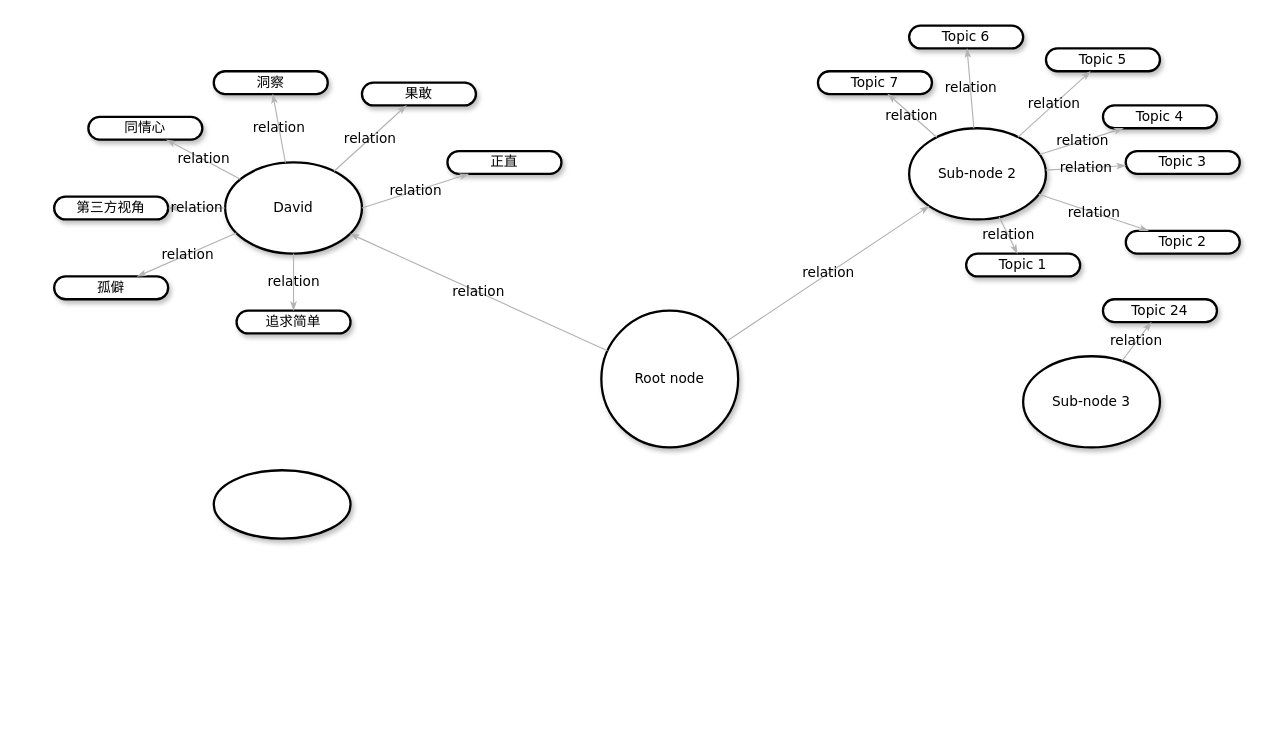
The draw.io diagram conception.drawio in luhaofang/luhaofang.github.io, before the edit. Source tidied: cells renumbered, new cells numbered last; positions are measured from the earlier drawing's top-left corner, leaving out a move shared by most shapes. Both pictures are drawn from the tidied source at 114%, with x=0, y=0 at pixel (54, 25).
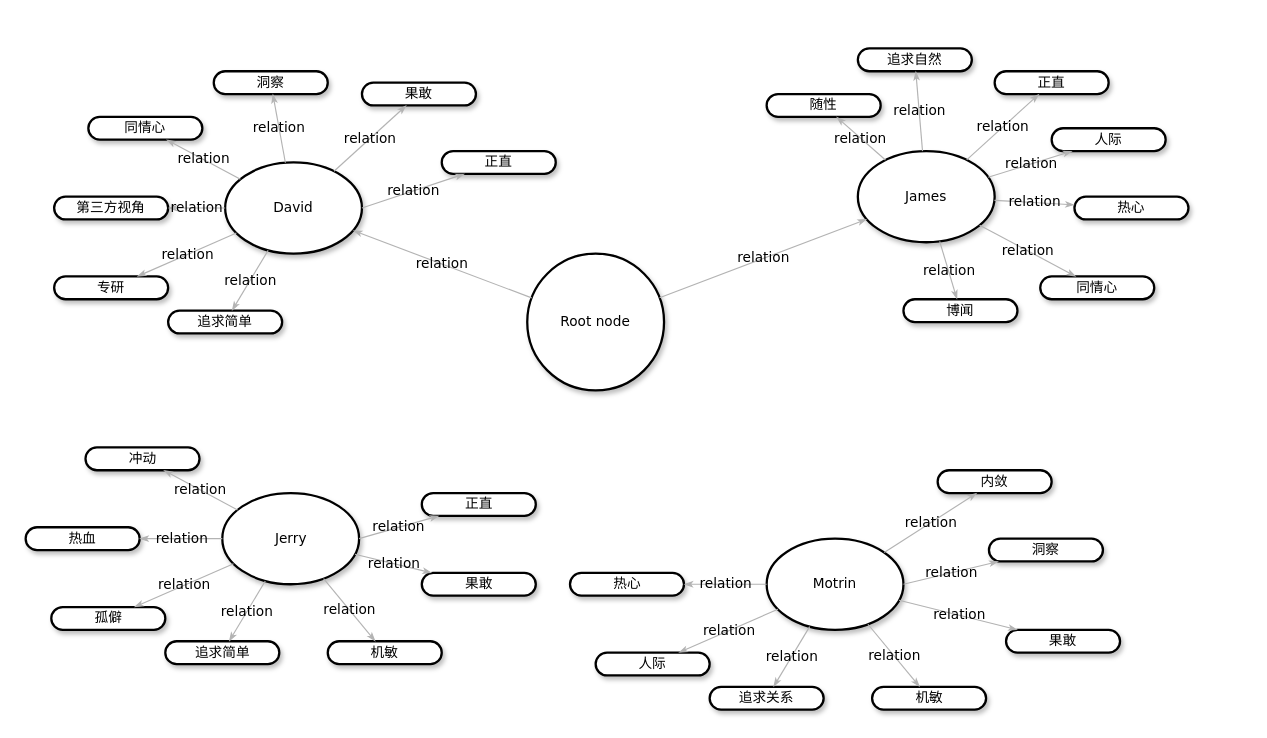
Above is the later version.

Diff of the diagram source:
```diff
@@
-    <mxCell id="4" value="&lt;span&gt;Sub-node 2&lt;/span&gt;" style="ellipse;whiteSpace=wrap;html=1;rounded=1;shadow=1;comic=0;labelBackgroundColor=none;strokeWidth=2;fontFamily=Verdana;fontSize=12;align=center;" parent="1" vertex="1">
-      <mxGeometry x="750" y="90" width="120" height="80" as="geometry" />
+    <mxCell id="4" value="&lt;span&gt;James&lt;/span&gt;" style="ellipse;whiteSpace=wrap;html=1;rounded=1;shadow=1;comic=0;labelBackgroundColor=none;strokeWidth=2;fontFamily=Verdana;fontSize=12;align=center;" parent="1" vertex="1">
+      <mxGeometry x="705" y="110" width="120" height="80" as="geometry" />
     </mxCell>
     <mxCell id="5" value="Root node" style="ellipse;whiteSpace=wrap;html=1;rounded=1;shadow=1;comic=0;labelBackgroundColor=none;strokeWidth=2;fontFamily=Verdana;fontSize=12;align=center;" parent="1" vertex="1">
-      <mxGeometry x="480" y="250" width="120" height="120" as="geometry" />
+      <mxGeometry x="415" y="200" width="120" height="120" as="geometry" />
     </mxCell>
@@
-    <mxCell id="7" value="孤僻" style="whiteSpace=wrap;html=1;rounded=1;shadow=1;comic=0;labelBackgroundColor=none;strokeWidth=2;fontFamily=Verdana;fontSize=12;align=center;arcSize=50;" parent="1" vertex="1">
+    <mxCell id="7" value="专研" style="whiteSpace=wrap;html=1;rounded=1;shadow=1;comic=0;labelBackgroundColor=none;strokeWidth=2;fontFamily=Verdana;fontSize=12;align=center;arcSize=50;" parent="1" vertex="1">
       <mxGeometry y="220" width="100" height="20" as="geometry" />
     </mxCell>
@@
-    <mxCell id="9" value="&lt;span&gt;Topic 7&lt;/span&gt;" style="whiteSpace=wrap;html=1;rounded=1;shadow=1;comic=0;labelBackgroundColor=none;strokeWidth=2;fontFamily=Verdana;fontSize=12;align=center;arcSize=50;" parent="1" vertex="1">
-      <mxGeometry x="670" y="40" width="100" height="20" as="geometry" />
+    <mxCell id="9" value="&lt;span&gt;随性&lt;/span&gt;" style="whiteSpace=wrap;html=1;rounded=1;shadow=1;comic=0;labelBackgroundColor=none;strokeWidth=2;fontFamily=Verdana;fontSize=12;align=center;arcSize=50;" parent="1" vertex="1">
+      <mxGeometry x="625" y="60" width="100" height="20" as="geometry" />
     </mxCell>
-    <mxCell id="10" value="&lt;span&gt;Topic 6&lt;/span&gt;" style="whiteSpace=wrap;html=1;rounded=1;shadow=1;comic=0;labelBackgroundColor=none;strokeWidth=2;fontFamily=Verdana;fontSize=12;align=center;arcSize=50;" parent="1" vertex="1">
-      <mxGeometry x="750" width="100" height="20" as="geometry" />
+    <mxCell id="10" value="追求自然" style="whiteSpace=wrap;html=1;rounded=1;shadow=1;comic=0;labelBackgroundColor=none;strokeWidth=2;fontFamily=Verdana;fontSize=12;align=center;arcSize=50;" parent="1" vertex="1">
+      <mxGeometry x="705" y="20" width="100" height="20" as="geometry" />
     </mxCell>
-    <mxCell id="11" value="&lt;span&gt;Topic 5&lt;/span&gt;" style="whiteSpace=wrap;html=1;rounded=1;shadow=1;comic=0;labelBackgroundColor=none;strokeWidth=2;fontFamily=Verdana;fontSize=12;align=center;arcSize=50;" parent="1" vertex="1">
-      <mxGeometry x="870" y="20" width="100" height="20" as="geometry" />
+    <mxCell id="11" value="正直" style="whiteSpace=wrap;html=1;rounded=1;shadow=1;comic=0;labelBackgroundColor=none;strokeWidth=2;fontFamily=Verdana;fontSize=12;align=center;arcSize=50;" parent="1" vertex="1">
+      <mxGeometry x="825" y="40" width="100" height="20" as="geometry" />
     </mxCell>
-    <mxCell id="12" value="&lt;span&gt;Topic 4&lt;/span&gt;" style="whiteSpace=wrap;html=1;rounded=1;shadow=1;comic=0;labelBackgroundColor=none;strokeWidth=2;fontFamily=Verdana;fontSize=12;align=center;arcSize=50;" parent="1" vertex="1">
-      <mxGeometry x="920" y="70" width="100" height="20" as="geometry" />
+    <mxCell id="12" value="&lt;span&gt;人际&lt;/span&gt;" style="whiteSpace=wrap;html=1;rounded=1;shadow=1;comic=0;labelBackgroundColor=none;strokeWidth=2;fontFamily=Verdana;fontSize=12;align=center;arcSize=50;" parent="1" vertex="1">
+      <mxGeometry x="875" y="90" width="100" height="20" as="geometry" />
     </mxCell>
-    <mxCell id="13" value="&lt;span&gt;Topic 3&lt;/span&gt;" style="whiteSpace=wrap;html=1;rounded=1;shadow=1;comic=0;labelBackgroundColor=none;strokeWidth=2;fontFamily=Verdana;fontSize=12;align=center;arcSize=50;" parent="1" vertex="1">
-      <mxGeometry x="940" y="110" width="100" height="20" as="geometry" />
+    <mxCell id="13" value="热心" style="whiteSpace=wrap;html=1;rounded=1;shadow=1;comic=0;labelBackgroundColor=none;strokeWidth=2;fontFamily=Verdana;fontSize=12;align=center;arcSize=50;" parent="1" vertex="1">
+      <mxGeometry x="895" y="150" width="100" height="20" as="geometry" />
     </mxCell>
-    <mxCell id="14" value="&lt;span&gt;Topic 2&lt;/span&gt;" style="whiteSpace=wrap;html=1;rounded=1;shadow=1;comic=0;labelBackgroundColor=none;strokeWidth=2;fontFamily=Verdana;fontSize=12;align=center;arcSize=50;" parent="1" vertex="1">
-      <mxGeometry x="940" y="180" width="100" height="20" as="geometry" />
+    <mxCell id="14" value="&lt;span&gt;同情心&lt;/span&gt;" style="whiteSpace=wrap;html=1;rounded=1;shadow=1;comic=0;labelBackgroundColor=none;strokeWidth=2;fontFamily=Verdana;fontSize=12;align=center;arcSize=50;" parent="1" vertex="1">
+      <mxGeometry x="865" y="220" width="100" height="20" as="geometry" />
     </mxCell>
-    <mxCell id="15" value="Topic 1" style="whiteSpace=wrap;html=1;rounded=1;shadow=1;comic=0;labelBackgroundColor=none;strokeWidth=2;fontFamily=Verdana;fontSize=12;align=center;arcSize=50;" parent="1" vertex="1">
-      <mxGeometry x="800" y="200" width="100" height="20" as="geometry" />
+    <mxCell id="15" value="博闻" style="whiteSpace=wrap;html=1;rounded=1;shadow=1;comic=0;labelBackgroundColor=none;strokeWidth=2;fontFamily=Verdana;fontSize=12;align=center;arcSize=50;" parent="1" vertex="1">
+      <mxGeometry x="745" y="240" width="100" height="20" as="geometry" />
     </mxCell>
@@
-    <mxCell id="29" value="&lt;span&gt;Sub-node 3&lt;/span&gt;" style="ellipse;whiteSpace=wrap;html=1;rounded=1;shadow=1;comic=0;labelBackgroundColor=none;strokeWidth=2;fontFamily=Verdana;fontSize=12;align=center;" parent="1" vertex="1">
-      <mxGeometry x="850" y="290" width="120" height="80" as="geometry" />
-    </mxCell>
-    <mxCell id="30" value="&lt;span&gt;Topic 24&lt;/span&gt;" style="whiteSpace=wrap;html=1;rounded=1;shadow=1;comic=0;labelBackgroundColor=none;strokeWidth=2;fontFamily=Verdana;fontSize=12;align=center;arcSize=50;" parent="1" vertex="1">
-      <mxGeometry x="920" y="240" width="100" height="20" as="geometry" />
-    </mxCell>
@@
     <mxCell id="32" value="追求简单" style="whiteSpace=wrap;html=1;rounded=1;shadow=1;comic=0;labelBackgroundColor=none;strokeWidth=2;fontFamily=Verdana;fontSize=12;align=center;arcSize=50;" parent="1" vertex="1">
-      <mxGeometry x="160" y="250" width="100" height="20" as="geometry" />
+      <mxGeometry x="100" y="250" width="100" height="20" as="geometry" />
     </mxCell>
@@
-    <mxCell id="35" value="relation" style="edgeStyle=none;rounded=1;html=1;labelBackgroundColor=none;startArrow=none;startFill=0;startSize=5;endArrow=classicThin;endFill=1;endSize=5;jettySize=auto;strokeColor=#B3B3B3;strokeWidth=1;fontFamily=Verdana;fontSize=12;" parent="1" edge="1" source="29" target="30">
-      <mxGeometry relative="1" as="geometry" />
-    </mxCell>
-    <mxCell id="36" style="ellipse;whiteSpace=wrap;html=1;fontFamily=Verdana;rounded=1;shadow=1;comic=0;labelBackgroundColor=none;strokeWidth=2;" parent="1" vertex="1">
-      <mxGeometry x="140" y="390" width="120" height="60" as="geometry" />
-    </mxCell>
     <mxCell id="37" value="正直" style="whiteSpace=wrap;html=1;rounded=1;shadow=1;comic=0;labelBackgroundColor=none;strokeWidth=2;fontFamily=Verdana;fontSize=12;align=center;arcSize=50;" parent="1" vertex="1">
-      <mxGeometry x="345" y="110" width="100" height="20" as="geometry" />
+      <mxGeometry x="340" y="110" width="100" height="20" as="geometry" />
     </mxCell>
@@
+    <mxCell id="39" value="冲动" style="whiteSpace=wrap;html=1;rounded=1;shadow=1;comic=0;labelBackgroundColor=none;strokeWidth=2;fontFamily=Verdana;fontSize=12;align=center;arcSize=50;" parent="1" vertex="1">
+      <mxGeometry x="27.5" y="370" width="100" height="20" as="geometry" />
+    </mxCell>
+    <mxCell id="40" value="Jerry" style="ellipse;whiteSpace=wrap;html=1;rounded=1;shadow=1;comic=0;labelBackgroundColor=none;strokeWidth=2;fontFamily=Verdana;fontSize=12;align=center;" parent="1" vertex="1">
+      <mxGeometry x="147.5" y="410" width="120" height="80" as="geometry" />
+    </mxCell>
+    <mxCell id="41" value="热血" style="whiteSpace=wrap;html=1;rounded=1;shadow=1;comic=0;labelBackgroundColor=none;strokeWidth=2;fontFamily=Verdana;fontSize=12;align=center;arcSize=50;" parent="1" vertex="1">
+      <mxGeometry x="-25" y="440" width="100" height="20" as="geometry" />
+    </mxCell>
+    <mxCell id="42" value="孤僻" style="whiteSpace=wrap;html=1;rounded=1;shadow=1;comic=0;labelBackgroundColor=none;strokeWidth=2;fontFamily=Verdana;fontSize=12;align=center;arcSize=50;" parent="1" vertex="1">
+      <mxGeometry x="-2.5" y="510" width="100" height="20" as="geometry" />
+    </mxCell>
+    <mxCell id="43" value="机敏" style="whiteSpace=wrap;html=1;rounded=1;shadow=1;comic=0;labelBackgroundColor=none;strokeWidth=2;fontFamily=Verdana;fontSize=12;align=center;arcSize=50;" parent="1" vertex="1">
+      <mxGeometry x="240" y="540" width="100" height="20" as="geometry" />
+    </mxCell>
+    <mxCell id="44" value="relation" style="edgeStyle=none;rounded=1;html=1;labelBackgroundColor=none;startArrow=none;startFill=0;startSize=5;endArrow=classicThin;endFill=1;endSize=5;jettySize=auto;strokeColor=#B3B3B3;strokeWidth=1;fontFamily=Verdana;fontSize=12;" parent="1" edge="1" source="40" target="43">
+      <mxGeometry relative="1" as="geometry" />
+    </mxCell>
+    <mxCell id="45" value="relation" style="edgeStyle=none;rounded=1;html=1;labelBackgroundColor=none;startArrow=none;startFill=0;startSize=5;endArrow=classicThin;endFill=1;endSize=5;jettySize=auto;strokeColor=#B3B3B3;strokeWidth=1;fontFamily=Verdana;fontSize=12;" parent="1" edge="1" source="40" target="39">
+      <mxGeometry relative="1" as="geometry" />
+    </mxCell>
+    <mxCell id="46" value="relation" style="edgeStyle=none;rounded=1;html=1;labelBackgroundColor=none;startArrow=none;startFill=0;startSize=5;endArrow=classicThin;endFill=1;endSize=5;jettySize=auto;strokeColor=#B3B3B3;strokeWidth=1;fontFamily=Verdana;fontSize=12;" parent="1" edge="1" source="40" target="41">
+      <mxGeometry relative="1" as="geometry" />
+    </mxCell>
+    <mxCell id="47" value="relation" style="edgeStyle=none;rounded=1;html=1;labelBackgroundColor=none;startArrow=none;startFill=0;startSize=5;endArrow=classicThin;endFill=1;endSize=5;jettySize=auto;strokeColor=#B3B3B3;strokeWidth=1;fontFamily=Verdana;fontSize=12;" parent="1" edge="1" source="40" target="42">
+      <mxGeometry relative="1" as="geometry" />
+    </mxCell>
+    <mxCell id="48" value="果敢" style="whiteSpace=wrap;html=1;rounded=1;shadow=1;comic=0;labelBackgroundColor=none;strokeWidth=2;fontFamily=Verdana;fontSize=12;align=center;arcSize=50;" parent="1" vertex="1">
+      <mxGeometry x="322.5" y="480" width="100" height="20" as="geometry" />
+    </mxCell>
+    <mxCell id="49" value="追求简单" style="whiteSpace=wrap;html=1;rounded=1;shadow=1;comic=0;labelBackgroundColor=none;strokeWidth=2;fontFamily=Verdana;fontSize=12;align=center;arcSize=50;" parent="1" vertex="1">
+      <mxGeometry x="97.5" y="540" width="100" height="20" as="geometry" />
+    </mxCell>
+    <mxCell id="50" value="relation" style="edgeStyle=none;rounded=1;html=1;labelBackgroundColor=none;startArrow=none;startFill=0;startSize=5;endArrow=classicThin;endFill=1;endSize=5;jettySize=auto;strokeColor=#B3B3B3;strokeWidth=1;fontFamily=Verdana;fontSize=12;" parent="1" edge="1" source="40" target="48">
+      <mxGeometry relative="1" as="geometry" />
+    </mxCell>
+    <mxCell id="51" value="relation" style="edgeStyle=none;rounded=1;html=1;labelBackgroundColor=none;startArrow=none;startFill=0;startSize=5;endArrow=classicThin;endFill=1;endSize=5;jettySize=auto;strokeColor=#B3B3B3;strokeWidth=1;fontFamily=Verdana;fontSize=12;" parent="1" edge="1" source="40" target="49">
+      <mxGeometry relative="1" as="geometry" />
+    </mxCell>
+    <mxCell id="52" value="正直" style="whiteSpace=wrap;html=1;rounded=1;shadow=1;comic=0;labelBackgroundColor=none;strokeWidth=2;fontFamily=Verdana;fontSize=12;align=center;arcSize=50;" parent="1" vertex="1">
+      <mxGeometry x="322.5" y="410" width="100" height="20" as="geometry" />
+    </mxCell>
+    <mxCell id="53" value="relation" style="edgeStyle=none;rounded=1;html=1;labelBackgroundColor=none;startArrow=none;startFill=0;startSize=5;endArrow=classicThin;endFill=1;endSize=5;jettySize=auto;strokeColor=#B3B3B3;strokeWidth=1;fontFamily=Verdana;fontSize=12;exitX=1;exitY=0.5;exitDx=0;exitDy=0;" parent="1" edge="1" source="40" target="52">
+      <mxGeometry relative="1" as="geometry" />
+    </mxCell>
+    <mxCell id="54" value="内敛" style="whiteSpace=wrap;html=1;rounded=1;shadow=1;comic=0;labelBackgroundColor=none;strokeWidth=2;fontFamily=Verdana;fontSize=12;align=center;arcSize=50;" parent="1" vertex="1">
+      <mxGeometry x="775" y="390" width="100" height="20" as="geometry" />
+    </mxCell>
+    <mxCell id="55" value="Motrin" style="ellipse;whiteSpace=wrap;html=1;rounded=1;shadow=1;comic=0;labelBackgroundColor=none;strokeWidth=2;fontFamily=Verdana;fontSize=12;align=center;" parent="1" vertex="1">
+      <mxGeometry x="625" y="450" width="120" height="80" as="geometry" />
+    </mxCell>
+    <mxCell id="56" value="热心" style="whiteSpace=wrap;html=1;rounded=1;shadow=1;comic=0;labelBackgroundColor=none;strokeWidth=2;fontFamily=Verdana;fontSize=12;align=center;arcSize=50;" parent="1" vertex="1">
+      <mxGeometry x="452.5" y="480" width="100" height="20" as="geometry" />
+    </mxCell>
+    <mxCell id="57" value="人际" style="whiteSpace=wrap;html=1;rounded=1;shadow=1;comic=0;labelBackgroundColor=none;strokeWidth=2;fontFamily=Verdana;fontSize=12;align=center;arcSize=50;" parent="1" vertex="1">
+      <mxGeometry x="475" y="550" width="100" height="20" as="geometry" />
+    </mxCell>
+    <mxCell id="58" value="机敏" style="whiteSpace=wrap;html=1;rounded=1;shadow=1;comic=0;labelBackgroundColor=none;strokeWidth=2;fontFamily=Verdana;fontSize=12;align=center;arcSize=50;" parent="1" vertex="1">
+      <mxGeometry x="717.5" y="580" width="100" height="20" as="geometry" />
+    </mxCell>
+    <mxCell id="59" value="relation" style="edgeStyle=none;rounded=1;html=1;labelBackgroundColor=none;startArrow=none;startFill=0;startSize=5;endArrow=classicThin;endFill=1;endSize=5;jettySize=auto;strokeColor=#B3B3B3;strokeWidth=1;fontFamily=Verdana;fontSize=12;" parent="1" edge="1" source="55" target="58">
+      <mxGeometry relative="1" as="geometry" />
+    </mxCell>
+    <mxCell id="60" value="relation" style="edgeStyle=none;rounded=1;html=1;labelBackgroundColor=none;startArrow=none;startFill=0;startSize=5;endArrow=classicThin;endFill=1;endSize=5;jettySize=auto;strokeColor=#B3B3B3;strokeWidth=1;fontFamily=Verdana;fontSize=12;" parent="1" edge="1" source="55" target="54">
+      <mxGeometry relative="1" as="geometry" />
+    </mxCell>
+    <mxCell id="61" value="relation" style="edgeStyle=none;rounded=1;html=1;labelBackgroundColor=none;startArrow=none;startFill=0;startSize=5;endArrow=classicThin;endFill=1;endSize=5;jettySize=auto;strokeColor=#B3B3B3;strokeWidth=1;fontFamily=Verdana;fontSize=12;" parent="1" edge="1" source="55" target="56">
+      <mxGeometry relative="1" as="geometry" />
+    </mxCell>
+    <mxCell id="62" value="relation" style="edgeStyle=none;rounded=1;html=1;labelBackgroundColor=none;startArrow=none;startFill=0;startSize=5;endArrow=classicThin;endFill=1;endSize=5;jettySize=auto;strokeColor=#B3B3B3;strokeWidth=1;fontFamily=Verdana;fontSize=12;" parent="1" edge="1" source="55" target="57">
+      <mxGeometry relative="1" as="geometry" />
+    </mxCell>
+    <mxCell id="63" value="果敢" style="whiteSpace=wrap;html=1;rounded=1;shadow=1;comic=0;labelBackgroundColor=none;strokeWidth=2;fontFamily=Verdana;fontSize=12;align=center;arcSize=50;" parent="1" vertex="1">
+      <mxGeometry x="835" y="530" width="100" height="20" as="geometry" />
+    </mxCell>
+    <mxCell id="64" value="追求关系" style="whiteSpace=wrap;html=1;rounded=1;shadow=1;comic=0;labelBackgroundColor=none;strokeWidth=2;fontFamily=Verdana;fontSize=12;align=center;arcSize=50;" parent="1" vertex="1">
+      <mxGeometry x="575" y="580" width="100" height="20" as="geometry" />
+    </mxCell>
+    <mxCell id="65" value="relation" style="edgeStyle=none;rounded=1;html=1;labelBackgroundColor=none;startArrow=none;startFill=0;startSize=5;endArrow=classicThin;endFill=1;endSize=5;jettySize=auto;strokeColor=#B3B3B3;strokeWidth=1;fontFamily=Verdana;fontSize=12;" parent="1" edge="1" source="55" target="63">
+      <mxGeometry relative="1" as="geometry" />
+    </mxCell>
+    <mxCell id="66" value="relation" style="edgeStyle=none;rounded=1;html=1;labelBackgroundColor=none;startArrow=none;startFill=0;startSize=5;endArrow=classicThin;endFill=1;endSize=5;jettySize=auto;strokeColor=#B3B3B3;strokeWidth=1;fontFamily=Verdana;fontSize=12;" parent="1" edge="1" source="55" target="64">
+      <mxGeometry relative="1" as="geometry" />
+    </mxCell>
+    <mxCell id="67" value="洞察" style="whiteSpace=wrap;html=1;rounded=1;shadow=1;comic=0;labelBackgroundColor=none;strokeWidth=2;fontFamily=Verdana;fontSize=12;align=center;arcSize=50;" parent="1" vertex="1">
+      <mxGeometry x="820" y="450" width="100" height="20" as="geometry" />
+    </mxCell>
+    <mxCell id="68" value="relation" style="edgeStyle=none;rounded=1;html=1;labelBackgroundColor=none;startArrow=none;startFill=0;startSize=5;endArrow=classicThin;endFill=1;endSize=5;jettySize=auto;strokeColor=#B3B3B3;strokeWidth=1;fontFamily=Verdana;fontSize=12;exitX=1;exitY=0.5;exitDx=0;exitDy=0;" parent="1" edge="1" source="55" target="67">
+      <mxGeometry relative="1" as="geometry" />
+    </mxCell>
```
